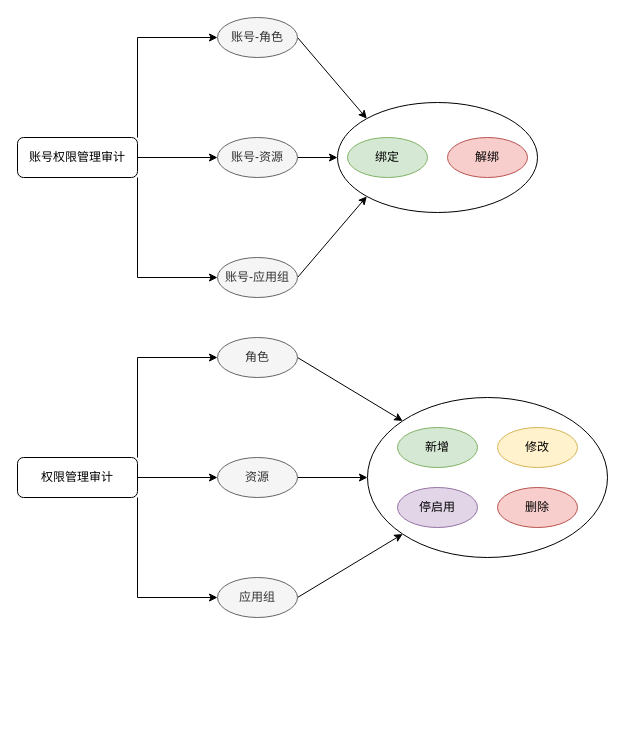
Earlier version of the draw.io diagram derucci-权限管理审计.drawio (LDChing0321/JavaLearn). Source tidied: cells renumbered, new cells numbered last; positions are measured from the earlier drawing's top-left corner, leaving out a move shared by most shapes. Both pictures are drawn from the tidied source at 100%, with x=0, y=0 at pixel (17, 17).
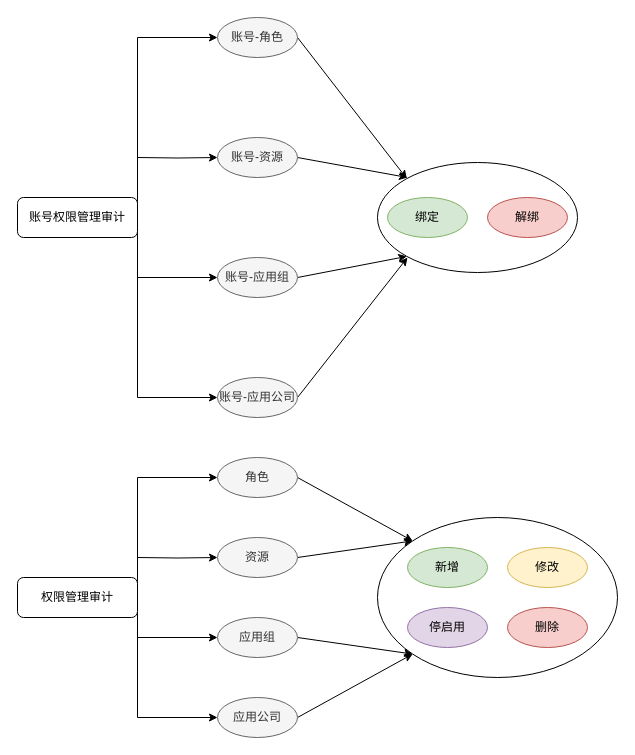
Above is the later version.

Commit message (it also covers changes not shown here):
更新derucci-权限管理审计.drawio

The change refers to these unchanged cells:
```xml
<mxCell id="7" value="账号-角色" style="ellipse;whiteSpace=wrap;html=1;rounded=1;fillColor=#f5f5f5;fontColor=#333333;strokeColor=#666666;" parent="1" vertex="1">
  <mxGeometry x="200" width="80" height="40" as="geometry" />
</mxCell>
<mxCell id="9" value="账号-资源" style="ellipse;whiteSpace=wrap;html=1;rounded=1;fillColor=#f5f5f5;fontColor=#333333;strokeColor=#666666;" parent="1" vertex="1">
  <mxGeometry x="200" y="120" width="80" height="40" as="geometry" />
</mxCell>
<mxCell id="11" value="账号-应用组" style="ellipse;whiteSpace=wrap;html=1;rounded=1;fillColor=#f5f5f5;fontColor=#333333;strokeColor=#666666;" parent="1" vertex="1">
  <mxGeometry x="200" y="240" width="80" height="40" as="geometry" />
</mxCell>
<mxCell id="23" style="ellipse;whiteSpace=wrap;html=1;rounded=1;" parent="22" vertex="1">
  <mxGeometry width="240" height="160" as="geometry" />
</mxCell>
<mxCell id="29" style="ellipse;whiteSpace=wrap;html=1;rounded=1;" parent="28" vertex="1">
  <mxGeometry width="200" height="110" as="geometry" />
</mxCell>
```

Diff of the diagram source:
```diff
@@
-    <mxCell id="2" style="edgeStyle=orthogonalEdgeStyle;rounded=0;jettySize=auto;html=1;exitX=1;exitY=0;exitDx=0;exitDy=0;entryX=0;entryY=0.5;entryDx=0;entryDy=0;" parent="1" edge="1" source="5" target="7">
-      <mxGeometry relative="1" as="geometry" />
+    <mxCell id="2" style="edgeStyle=orthogonalEdgeStyle;rounded=0;jettySize=auto;html=1;exitX=1;exitY=0.25;exitDx=0;exitDy=0;entryX=0;entryY=0.5;entryDx=0;entryDy=0;" parent="1" edge="1" source="5" target="7">
+      <mxGeometry relative="1" as="geometry">
+        <Array as="points">
+          <mxPoint x="120" y="20" />
+        </Array>
+      </mxGeometry>
     </mxCell>
-    <mxCell id="3" style="edgeStyle=orthogonalEdgeStyle;rounded=0;jettySize=auto;html=1;exitX=1;exitY=0.5;exitDx=0;exitDy=0;entryX=0;entryY=0.5;entryDx=0;entryDy=0;" parent="1" edge="1" source="5" target="9">
-      <mxGeometry relative="1" as="geometry" />
+    <mxCell id="3" style="edgeStyle=orthogonalEdgeStyle;rounded=0;jettySize=auto;html=1;exitX=1;exitY=0.5;exitDx=0;exitDy=0;entryX=0;entryY=0.5;entryDx=0;entryDy=0;" parent="1" edge="1" target="9">
+      <mxGeometry relative="1" as="geometry">
+        <mxPoint x="120" y="140" as="sourcePoint" />
+      </mxGeometry>
     </mxCell>
-    <mxCell id="4" style="edgeStyle=orthogonalEdgeStyle;rounded=0;jettySize=auto;html=1;exitX=1;exitY=1;exitDx=0;exitDy=0;entryX=0;entryY=0.5;entryDx=0;entryDy=0;" parent="1" edge="1" source="5" target="11">
-      <mxGeometry relative="1" as="geometry" />
+    <mxCell id="4" style="edgeStyle=orthogonalEdgeStyle;rounded=0;jettySize=auto;html=1;exitX=1;exitY=1;exitDx=0;exitDy=0;entryX=0;entryY=0.5;entryDx=0;entryDy=0;" parent="1" edge="1" target="11">
+      <mxGeometry relative="1" as="geometry">
+        <mxPoint x="120" y="160" as="sourcePoint" />
+        <Array as="points">
+          <mxPoint x="120" y="260" />
+        </Array>
+      </mxGeometry>
     </mxCell>
-    <mxCell id="5" value="账号权限管理审计" style="rounded=1;whiteSpace=wrap;html=1;" parent="1" vertex="1">
-      <mxGeometry y="120" width="120" height="40" as="geometry" />
-    </mxCell>
+    <mxCell id="32" style="edgeStyle=orthogonalEdgeStyle;rounded=0;jettySize=auto;html=1;exitX=1;exitY=0.5;exitDx=0;exitDy=0;entryX=0;entryY=0.5;entryDx=0;entryDy=0;" parent="1" edge="1" target="37">
+      <mxGeometry relative="1" as="geometry">
+        <mxPoint x="120" y="140" as="sourcePoint" />
+        <Array as="points">
+          <mxPoint x="120" y="380" />
+        </Array>
+      </mxGeometry>
+    </mxCell>
@@
-    <mxCell id="8" style="edgeStyle=none;rounded=0;jettySize=auto;html=1;exitX=1;exitY=0.5;exitDx=0;exitDy=0;entryX=0;entryY=0.5;entryDx=0;entryDy=0;" parent="1" edge="1" source="9" target="29">
-      <mxGeometry relative="1" as="geometry" />
+    <mxCell id="8" style="edgeStyle=none;rounded=0;jettySize=auto;html=1;exitX=1;exitY=0.5;exitDx=0;exitDy=0;" parent="1" edge="1" source="9">
+      <mxGeometry relative="1" as="geometry">
+        <mxPoint x="390" y="160" as="targetPoint" />
+      </mxGeometry>
     </mxCell>
@@
-    <mxCell id="12" style="edgeStyle=orthogonalEdgeStyle;rounded=0;jettySize=auto;html=1;exitX=1;exitY=0;exitDx=0;exitDy=0;entryX=0;entryY=0.5;entryDx=0;entryDy=0;" parent="1" edge="1" source="15" target="17">
-      <mxGeometry relative="1" as="geometry" />
+    <mxCell id="12" style="edgeStyle=orthogonalEdgeStyle;rounded=0;jettySize=auto;html=1;exitX=1;exitY=0.5;exitDx=0;exitDy=0;entryX=0;entryY=0.5;entryDx=0;entryDy=0;" parent="1" edge="1" source="15" target="17">
+      <mxGeometry relative="1" as="geometry">
+        <Array as="points">
+          <mxPoint x="120" y="460" />
+        </Array>
+      </mxGeometry>
     </mxCell>
-    <mxCell id="13" style="edgeStyle=orthogonalEdgeStyle;rounded=0;jettySize=auto;html=1;exitX=1;exitY=0.5;exitDx=0;exitDy=0;entryX=0;entryY=0.5;entryDx=0;entryDy=0;" parent="1" edge="1" source="15" target="19">
-      <mxGeometry relative="1" as="geometry" />
+    <mxCell id="13" style="edgeStyle=orthogonalEdgeStyle;rounded=0;jettySize=auto;html=1;exitX=1;exitY=0.5;exitDx=0;exitDy=0;entryX=0;entryY=0.5;entryDx=0;entryDy=0;" parent="1" edge="1" target="19">
+      <mxGeometry relative="1" as="geometry">
+        <mxPoint x="120" y="540" as="sourcePoint" />
+      </mxGeometry>
     </mxCell>
-    <mxCell id="14" style="edgeStyle=orthogonalEdgeStyle;rounded=0;jettySize=auto;html=1;exitX=1;exitY=1;exitDx=0;exitDy=0;entryX=0;entryY=0.5;entryDx=0;entryDy=0;" parent="1" edge="1" source="15" target="21">
-      <mxGeometry relative="1" as="geometry" />
+    <mxCell id="14" style="edgeStyle=orthogonalEdgeStyle;rounded=0;jettySize=auto;html=1;exitX=1;exitY=1;exitDx=0;exitDy=0;entryX=0;entryY=0.5;entryDx=0;entryDy=0;" parent="1" edge="1" target="21">
+      <mxGeometry relative="1" as="geometry">
+        <mxPoint x="120" y="560" as="sourcePoint" />
+        <Array as="points">
+          <mxPoint x="120" y="620" />
+        </Array>
+      </mxGeometry>
     </mxCell>
-    <mxCell id="15" value="权限管理审计" style="rounded=1;whiteSpace=wrap;html=1;" parent="1" vertex="1">
-      <mxGeometry y="440" width="120" height="40" as="geometry" />
-    </mxCell>
+    <mxCell id="33" style="edgeStyle=orthogonalEdgeStyle;rounded=0;jettySize=auto;html=1;exitX=1;exitY=0.5;exitDx=0;exitDy=0;entryX=0;entryY=0.5;entryDx=0;entryDy=0;" parent="1" edge="1" target="35">
+      <mxGeometry relative="1" as="geometry">
+        <mxPoint x="120" y="540" as="sourcePoint" />
+        <Array as="points">
+          <mxPoint x="120" y="700" />
+        </Array>
+      </mxGeometry>
+    </mxCell>
@@
     <mxCell id="17" value="角色" style="ellipse;whiteSpace=wrap;html=1;rounded=1;fillColor=#f5f5f5;fontColor=#333333;strokeColor=#666666;" parent="1" vertex="1">
-      <mxGeometry x="200" y="320" width="80" height="40" as="geometry" />
+      <mxGeometry x="200" y="440" width="80" height="40" as="geometry" />
     </mxCell>
-    <mxCell id="18" style="edgeStyle=none;rounded=0;jettySize=auto;html=1;exitX=1;exitY=0.5;exitDx=0;exitDy=0;entryX=0;entryY=0.5;entryDx=0;entryDy=0;" parent="1" edge="1" source="19" target="23">
+    <mxCell id="18" style="edgeStyle=none;rounded=0;jettySize=auto;html=1;exitX=1;exitY=0.5;exitDx=0;exitDy=0;entryX=0;entryY=0;entryDx=0;entryDy=0;" parent="1" edge="1" source="19" target="23">
       <mxGeometry relative="1" as="geometry" />
     </mxCell>
     <mxCell id="19" value="资源" style="ellipse;whiteSpace=wrap;html=1;rounded=1;fillColor=#f5f5f5;fontColor=#333333;strokeColor=#666666;" parent="1" vertex="1">
-      <mxGeometry x="200" y="440" width="80" height="40" as="geometry" />
+      <mxGeometry x="200" y="520" width="80" height="40" as="geometry" />
     </mxCell>
@@
     <mxCell id="21" value="应用组" style="ellipse;whiteSpace=wrap;html=1;rounded=1;fillColor=#f5f5f5;fontColor=#333333;strokeColor=#666666;" parent="1" vertex="1">
-      <mxGeometry x="200" y="560" width="80" height="40" as="geometry" />
+      <mxGeometry x="200" y="600" width="80" height="40" as="geometry" />
     </mxCell>
     <mxCell id="22" style="group;" parent="1" vertex="1">
-      <mxGeometry x="350" y="380" width="240" height="160" as="geometry" />
+      <mxGeometry x="360" y="500" width="240" height="160" as="geometry" />
     </mxCell>
@@
     <mxCell id="28" style="group;" parent="1" vertex="1">
-      <mxGeometry x="320" y="85" width="200" height="110" as="geometry" />
+      <mxGeometry x="360" y="145" width="200" height="110" as="geometry" />
     </mxCell>
@@
+    <mxCell id="34" style="rounded=0;jettySize=auto;html=1;exitX=1;exitY=0.5;exitDx=0;exitDy=0;entryX=0;entryY=1;entryDx=0;entryDy=0;" parent="1" edge="1" source="35" target="23">
+      <mxGeometry relative="1" as="geometry" />
+    </mxCell>
+    <mxCell id="35" value="应用公司" style="ellipse;whiteSpace=wrap;html=1;rounded=1;fillColor=#f5f5f5;fontColor=#333333;strokeColor=#666666;" parent="1" vertex="1">
+      <mxGeometry x="200" y="680" width="80" height="40" as="geometry" />
+    </mxCell>
+    <mxCell id="15" value="权限管理审计" style="rounded=1;whiteSpace=wrap;html=1;" parent="1" vertex="1">
+      <mxGeometry y="560" width="120" height="40" as="geometry" />
+    </mxCell>
+    <mxCell id="36" style="rounded=0;jettySize=auto;html=1;exitX=1;exitY=0.5;exitDx=0;exitDy=0;" parent="1" edge="1" source="37">
+      <mxGeometry relative="1" as="geometry">
+        <mxPoint x="390" y="240" as="targetPoint" />
+      </mxGeometry>
+    </mxCell>
+    <mxCell id="37" value="账号-应用公司" style="ellipse;whiteSpace=wrap;html=1;rounded=1;fillColor=#f5f5f5;fontColor=#333333;strokeColor=#666666;" parent="1" vertex="1">
+      <mxGeometry x="200" y="360" width="80" height="40" as="geometry" />
+    </mxCell>
+    <mxCell id="5" value="账号权限管理审计" style="rounded=1;whiteSpace=wrap;html=1;" parent="1" vertex="1">
+      <mxGeometry y="180" width="120" height="40" as="geometry" />
+    </mxCell>
```
